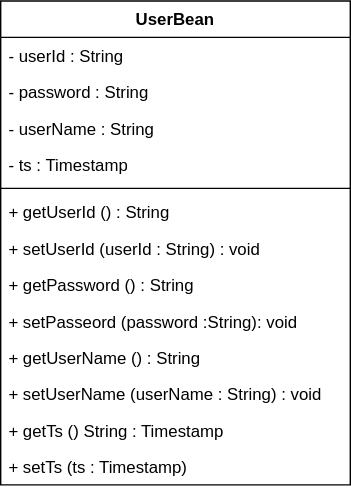
comsize-honiden/TaskManager62 keeps this draw.io diagram as ClassDiagram/userBean.drawio.svg. Above is the earlier version. Source tidied: cells renumbered, new cells last; positions are measured from the earlier drawing's top-left corner, leaving out a move shared by most shapes.
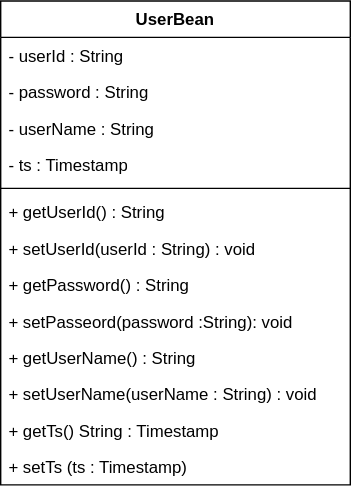
After the commit.

The edit, as a diff of the source:
```diff
@@ -20,27 +20,27 @@
     <mxCell id="7" style="line;strokeWidth=1;fillColor=none;align=left;verticalAlign=middle;spacingTop=-1;spacingLeft=3;spacingRight=3;labelPosition=right;strokeColor=inherit;" parent="2" vertex="1">
       <mxGeometry y="130" width="250" height="8" as="geometry" />
     </mxCell>
-    <mxCell id="8" value="+ getUserId () : String&amp;nbsp;" style="text;strokeColor=none;fillColor=none;align=left;verticalAlign=top;spacingLeft=4;spacingRight=4;overflow=hidden;whiteSpace=wrap;html=1;" parent="2" vertex="1">
-      <mxGeometry y="138" width="250" height="26" as="geometry" />
-    </mxCell>
-    <mxCell id="9" value="+ setUserId (userId : String) : void" style="text;strokeColor=none;fillColor=none;align=left;verticalAlign=top;spacingLeft=4;spacingRight=4;overflow=hidden;whiteSpace=wrap;html=1;" parent="2" vertex="1">
-      <mxGeometry y="164" width="250" height="26" as="geometry" />
-    </mxCell>
-    <mxCell id="10" value="+ getPassword () : String" style="text;strokeColor=none;fillColor=none;align=left;verticalAlign=top;spacingLeft=4;spacingRight=4;overflow=hidden;whiteSpace=wrap;html=1;" parent="2" vertex="1">
-      <mxGeometry y="190" width="250" height="26" as="geometry" />
-    </mxCell>
-    <mxCell id="11" value="+ setPasseord (password :String): void" style="text;strokeColor=none;fillColor=none;align=left;verticalAlign=top;spacingLeft=4;spacingRight=4;overflow=hidden;whiteSpace=wrap;html=1;" parent="2" vertex="1">
-      <mxGeometry y="216" width="250" height="26" as="geometry" />
-    </mxCell>
-    <mxCell id="12" value="+ getUserName () : String" style="text;strokeColor=none;fillColor=none;align=left;verticalAlign=top;spacingLeft=4;spacingRight=4;overflow=hidden;whiteSpace=wrap;html=1;" parent="2" vertex="1">
-      <mxGeometry y="242" width="250" height="26" as="geometry" />
-    </mxCell>
-    <mxCell id="13" value="+ setUserName (userName : String) : void" style="text;strokeColor=none;fillColor=none;align=left;verticalAlign=top;spacingLeft=4;spacingRight=4;overflow=hidden;whiteSpace=wrap;html=1;" parent="2" vertex="1">
-      <mxGeometry y="268" width="250" height="26" as="geometry" />
-    </mxCell>
-    <mxCell id="14" value="+ getTs () String : Timestamp" style="text;strokeColor=none;fillColor=none;align=left;verticalAlign=top;spacingLeft=4;spacingRight=4;overflow=hidden;whiteSpace=wrap;html=1;" parent="2" vertex="1">
-      <mxGeometry y="294" width="250" height="26" as="geometry" />
-    </mxCell>
+    <mxCell id="16" value="+ getUserId() : String&amp;nbsp;" style="text;strokeColor=none;fillColor=none;align=left;verticalAlign=top;spacingLeft=4;spacingRight=4;overflow=hidden;whiteSpace=wrap;html=1;" parent="2" vertex="1">
+      <mxGeometry y="138" width="250" height="26" as="geometry" />
+    </mxCell>
+    <mxCell id="17" value="+ setUserId(userId : String) : void" style="text;strokeColor=none;fillColor=none;align=left;verticalAlign=top;spacingLeft=4;spacingRight=4;overflow=hidden;whiteSpace=wrap;html=1;" parent="2" vertex="1">
+      <mxGeometry y="164" width="250" height="26" as="geometry" />
+    </mxCell>
+    <mxCell id="18" value="+ getPassword() : String" style="text;strokeColor=none;fillColor=none;align=left;verticalAlign=top;spacingLeft=4;spacingRight=4;overflow=hidden;whiteSpace=wrap;html=1;" parent="2" vertex="1">
+      <mxGeometry y="190" width="250" height="26" as="geometry" />
+    </mxCell>
+    <mxCell id="19" value="+ setPasseord(password :String): void" style="text;strokeColor=none;fillColor=none;align=left;verticalAlign=top;spacingLeft=4;spacingRight=4;overflow=hidden;whiteSpace=wrap;html=1;" parent="2" vertex="1">
+      <mxGeometry y="216" width="250" height="26" as="geometry" />
+    </mxCell>
+    <mxCell id="20" value="+ getUserName() : String" style="text;strokeColor=none;fillColor=none;align=left;verticalAlign=top;spacingLeft=4;spacingRight=4;overflow=hidden;whiteSpace=wrap;html=1;" parent="2" vertex="1">
+      <mxGeometry y="242" width="250" height="26" as="geometry" />
+    </mxCell>
+    <mxCell id="21" value="+ setUserName(userName : String) : void" style="text;strokeColor=none;fillColor=none;align=left;verticalAlign=top;spacingLeft=4;spacingRight=4;overflow=hidden;whiteSpace=wrap;html=1;" parent="2" vertex="1">
+      <mxGeometry y="268" width="250" height="26" as="geometry" />
+    </mxCell>
+    <mxCell id="22" value="+ getTs() String : Timestamp" style="text;strokeColor=none;fillColor=none;align=left;verticalAlign=top;spacingLeft=4;spacingRight=4;overflow=hidden;whiteSpace=wrap;html=1;" parent="2" vertex="1">
+      <mxGeometry y="294" width="250" height="26" as="geometry" />
+    </mxCell>
     <mxCell id="15" value="+ setTs (ts : Timestamp)" style="text;strokeColor=none;fillColor=none;align=left;verticalAlign=top;spacingLeft=4;spacingRight=4;overflow=hidden;whiteSpace=wrap;html=1;" parent="2" vertex="1">
       <mxGeometry y="320" width="250" height="26" as="geometry" />
     </mxCell>
```
